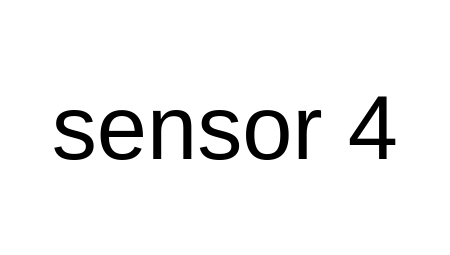
Above: sensor1.drawio in YuyanWu-wyy/figs (draw.io), before the change. Source tidied: cells renumbered, new cells numbered last; positions are measured from the earlier drawing's top-left corner, leaving out a move shared by most shapes. Both pictures are drawn from the tidied source at 177%, with x=0, y=0 at pixel (30, 30).
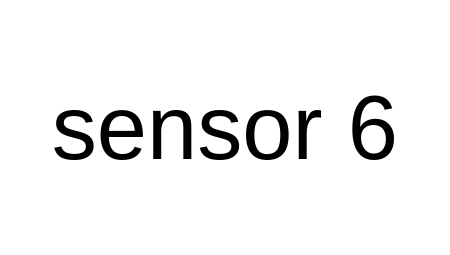
The same diagram, later.

The edit, as a diff of the source:
```diff
@@
 <mxGraphModel>
   <root>
     <mxCell id="0" />
     <mxCell id="1" parent="0" />
-    <mxCell id="2" value="&lt;font style=&quot;font-size: 51px&quot;&gt;sensor 4&lt;/font&gt;" style="text;html=1;strokeColor=none;fillColor=none;align=center;verticalAlign=middle;whiteSpace=wrap;rounded=0;" parent="1" vertex="1">
+    <mxCell id="2" value="&lt;font style=&quot;font-size: 51px&quot;&gt;sensor 6&lt;/font&gt;" style="text;html=1;strokeColor=none;fillColor=none;align=center;verticalAlign=middle;whiteSpace=wrap;rounded=0;" parent="1" vertex="1">
       <mxGeometry width="220" height="110" as="geometry" />
     </mxCell>
   </root>
 </mxGraphModel>
```
